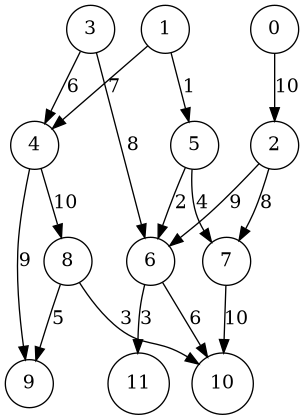
Before: figures/graphb.png, a diagram exported from Graphviz (kaygun/ford-fulkerson). Its source is kept beside it as figures/graphb.dot.
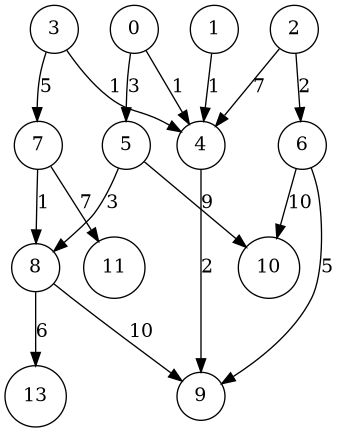
After the commit.

Diff of the diagram source:
```diff
@@ -1,19 +1,19 @@
 digraph G {
 node[shape=circle];
-"8" -> "9" [label=5];
-"3" -> "4" [label=6];
-"8" -> "10" [label=3];
-"4" -> "9" [label=9];
-"1" -> "4" [label=7];
-"5" -> "7" [label=4];
-"4" -> "8" [label=10];
-"1" -> "5" [label=1];
-"5" -> "6" [label=2];
-"6" -> "11" [label=3];
-"2" -> "7" [label=8];
-"3" -> "6" [label=8];
-"7" -> "10" [label=10];
-"0" -> "2" [label=10];
-"6" -> "10" [label=6];
-"2" -> "6" [label=9];
+"8" -> "9" [label=10];
+"7" -> "11" [label=7];
+"5" -> "10" [label=9];
+"0" -> "5" [label=3];
+"3" -> "4" [label=1];
+"7" -> "8" [label=1];
+"4" -> "9" [label=2];
+"1" -> "4" [label=1];
+"5" -> "8" [label=3];
+"8" -> "13" [label=6];
+"2" -> "4" [label=7];
+"6" -> "9" [label=5];
+"0" -> "4" [label=1];
+"6" -> "10" [label=10];
+"3" -> "7" [label=5];
+"2" -> "6" [label=2];
 }
```
